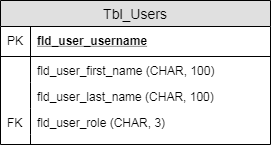
Earlier version of the draw.io export documentation/User Entity.png (Djsiclait/MiniMarketInventoryManagement). Source tidied: cells renumbered, new cells last; positions are measured from the earlier drawing's top-left corner, leaving out a move shared by most shapes. Source of this version:
```xml
<mxGraphModel>
  <root>
    <mxCell id="0" />
    <mxCell id="1" parent="0" />
    <mxCell id="2" value="Tbl_Users" style="swimlane;fontStyle=0;horizontal=1;startSize=26;fillColor=#e0e0e0;swimlaneFillColor=#ffffff;align=center;fontSize=14;" parent="1" vertex="1">
      <mxGeometry width="270" height="144" as="geometry" />
    </mxCell>
    <mxCell id="3" value="fld_user_username" style="shape=partialRectangle;top=0;left=0;right=0;bottom=1;align=left;verticalAlign=middle;fillColor=none;spacingLeft=34;spacingRight=4;overflow=hidden;points=[[0,0.5],[1,0.5]];portConstraint=eastwest;fontStyle=5;fontSize=12;" parent="2" vertex="1">
      <mxGeometry y="26" width="270" height="30" as="geometry" />
    </mxCell>
    <mxCell id="4" value="PK" style="shape=partialRectangle;top=0;left=0;bottom=0;fillColor=none;align=left;verticalAlign=middle;spacingLeft=4;spacingRight=4;overflow=hidden;fontSize=12;" parent="3" vertex="1">
      <mxGeometry width="30" height="30" as="geometry" />
    </mxCell>
    <mxCell id="5" value="fld_user_first_name (CHAR, 100)" style="shape=partialRectangle;top=0;left=0;right=0;bottom=0;align=left;verticalAlign=top;fillColor=none;spacingLeft=34;spacingRight=4;overflow=hidden;fontSize=12;" parent="2" vertex="1">
      <mxGeometry y="56" width="270" height="26" as="geometry" />
    </mxCell>
    <mxCell id="6" style="shape=partialRectangle;top=0;left=0;bottom=0;fillColor=none;align=left;verticalAlign=top;spacingLeft=4;spacingRight=4;overflow=hidden;fontSize=12;" parent="5" vertex="1">
      <mxGeometry width="30" height="26" as="geometry" />
    </mxCell>
    <mxCell id="7" value="fld_user_last_name (CHAR, 100)" style="shape=partialRectangle;top=0;left=0;right=0;bottom=0;align=left;verticalAlign=top;fillColor=none;spacingLeft=34;spacingRight=4;overflow=hidden;fontSize=12;" parent="2" vertex="1">
      <mxGeometry y="82" width="270" height="26" as="geometry" />
    </mxCell>
    <mxCell id="8" style="shape=partialRectangle;top=0;left=0;bottom=0;fillColor=none;align=left;verticalAlign=top;spacingLeft=4;spacingRight=4;overflow=hidden;fontSize=12;" parent="7" vertex="1">
      <mxGeometry width="30" height="26" as="geometry" />
    </mxCell>
    <mxCell id="9" value="fld_user_role (CHAR, 3)" style="shape=partialRectangle;top=0;left=0;right=0;bottom=0;align=left;verticalAlign=top;fillColor=none;spacingLeft=34;spacingRight=4;overflow=hidden;points=[[0,0.5],[1,0.5]];portConstraint=eastwest;fontSize=12;" parent="2" vertex="1">
      <mxGeometry y="108" width="270" height="26" as="geometry" />
    </mxCell>
    <mxCell id="10" value="FK" style="shape=partialRectangle;top=0;left=0;bottom=0;fillColor=none;align=left;verticalAlign=top;spacingLeft=4;spacingRight=4;overflow=hidden;fontSize=12;" parent="9" vertex="1">
      <mxGeometry width="30" height="26" as="geometry" />
    </mxCell>
    <mxCell id="11" style="shape=partialRectangle;top=0;left=0;right=0;bottom=0;align=left;verticalAlign=top;fillColor=none;spacingLeft=34;spacingRight=4;overflow=hidden;fontSize=12;" parent="2" vertex="1">
      <mxGeometry y="134" width="270" height="10" as="geometry" />
    </mxCell>
    <mxCell id="12" style="shape=partialRectangle;top=0;left=0;bottom=0;fillColor=none;align=left;verticalAlign=top;spacingLeft=4;spacingRight=4;overflow=hidden;fontSize=12;" parent="11" vertex="1">
      <mxGeometry width="30" height="10" as="geometry" />
    </mxCell>
  </root>
</mxGraphModel>
```
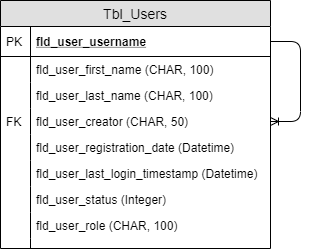
Later version of the same file.

Commit message:
Modify user entity to enclude creator, registration date, and last login timestamp

What changed in the source:
```diff
@@ -3,7 +3,7 @@
     <mxCell id="0" />
     <mxCell id="1" parent="0" />
     <mxCell id="2" value="Tbl_Users" style="swimlane;fontStyle=0;horizontal=1;startSize=26;fillColor=#e0e0e0;swimlaneFillColor=#ffffff;align=center;fontSize=14;" parent="1" vertex="1">
-      <mxGeometry width="270" height="144" as="geometry" />
+      <mxGeometry width="270" height="248" as="geometry" />
     </mxCell>
     <mxCell id="3" value="fld_user_username" style="shape=partialRectangle;top=0;left=0;right=0;bottom=1;align=left;verticalAlign=middle;fillColor=none;spacingLeft=34;spacingRight=4;overflow=hidden;points=[[0,0.5],[1,0.5]];portConstraint=eastwest;fontStyle=5;fontSize=12;" parent="2" vertex="1">
       <mxGeometry y="26" width="270" height="30" as="geometry" />
@@ -23,17 +23,44 @@
     <mxCell id="8" style="shape=partialRectangle;top=0;left=0;bottom=0;fillColor=none;align=left;verticalAlign=top;spacingLeft=4;spacingRight=4;overflow=hidden;fontSize=12;" parent="7" vertex="1">
       <mxGeometry width="30" height="26" as="geometry" />
     </mxCell>
-    <mxCell id="9" value="fld_user_role (CHAR, 3)" style="shape=partialRectangle;top=0;left=0;right=0;bottom=0;align=left;verticalAlign=top;fillColor=none;spacingLeft=34;spacingRight=4;overflow=hidden;points=[[0,0.5],[1,0.5]];portConstraint=eastwest;fontSize=12;" parent="2" vertex="1">
+    <mxCell id="9" value="fld_user_creator (CHAR, 50)" style="shape=partialRectangle;top=0;left=0;right=0;bottom=0;align=left;verticalAlign=top;fillColor=none;spacingLeft=34;spacingRight=4;overflow=hidden;points=[[0,0.5],[1,0.5]];portConstraint=eastwest;fontSize=12;" parent="2" vertex="1">
       <mxGeometry y="108" width="270" height="26" as="geometry" />
     </mxCell>
     <mxCell id="10" value="FK" style="shape=partialRectangle;top=0;left=0;bottom=0;fillColor=none;align=left;verticalAlign=top;spacingLeft=4;spacingRight=4;overflow=hidden;fontSize=12;" parent="9" vertex="1">
       <mxGeometry width="30" height="26" as="geometry" />
     </mxCell>
-    <mxCell id="11" style="shape=partialRectangle;top=0;left=0;right=0;bottom=0;align=left;verticalAlign=top;fillColor=none;spacingLeft=34;spacingRight=4;overflow=hidden;fontSize=12;" parent="2" vertex="1">
-      <mxGeometry y="134" width="270" height="10" as="geometry" />
+    <mxCell id="11" value="fld_user_registration_date (Datetime)" style="shape=partialRectangle;top=0;left=0;right=0;bottom=0;align=left;verticalAlign=top;fillColor=none;spacingLeft=34;spacingRight=4;overflow=hidden;fontSize=12;" parent="2" vertex="1">
+      <mxGeometry y="134" width="270" height="26" as="geometry" />
     </mxCell>
     <mxCell id="12" style="shape=partialRectangle;top=0;left=0;bottom=0;fillColor=none;align=left;verticalAlign=top;spacingLeft=4;spacingRight=4;overflow=hidden;fontSize=12;" parent="11" vertex="1">
-      <mxGeometry width="30" height="10" as="geometry" />
+      <mxGeometry width="30" height="26" as="geometry" />
     </mxCell>
+    <mxCell id="13" value="fld_user_last_login_timestamp (Datetime)" style="shape=partialRectangle;top=0;left=0;right=0;bottom=0;align=left;verticalAlign=top;fillColor=none;spacingLeft=34;spacingRight=4;overflow=hidden;fontSize=12;" parent="2" vertex="1">
+      <mxGeometry y="160" width="270" height="26" as="geometry" />
+    </mxCell>
+    <mxCell id="14" style="shape=partialRectangle;top=0;left=0;bottom=0;fillColor=none;align=left;verticalAlign=top;spacingLeft=4;spacingRight=4;overflow=hidden;fontSize=12;" parent="13" vertex="1">
+      <mxGeometry width="30" height="26" as="geometry" />
+    </mxCell>
+    <mxCell id="15" value="fld_user_status (Integer)" style="shape=partialRectangle;top=0;left=0;right=0;bottom=0;align=left;verticalAlign=top;fillColor=none;spacingLeft=34;spacingRight=4;overflow=hidden;fontSize=12;" parent="2" vertex="1">
+      <mxGeometry y="186" width="270" height="26" as="geometry" />
+    </mxCell>
+    <mxCell id="16" style="shape=partialRectangle;top=0;left=0;bottom=0;fillColor=none;align=left;verticalAlign=top;spacingLeft=4;spacingRight=4;overflow=hidden;fontSize=12;" parent="15" vertex="1">
+      <mxGeometry width="30" height="26" as="geometry" />
+    </mxCell>
+    <mxCell id="17" value="fld_user_role (CHAR, 100)" style="shape=partialRectangle;top=0;left=0;right=0;bottom=0;align=left;verticalAlign=top;fillColor=none;spacingLeft=34;spacingRight=4;overflow=hidden;fontSize=12;" parent="2" vertex="1">
+      <mxGeometry y="212" width="270" height="26" as="geometry" />
+    </mxCell>
+    <mxCell id="18" style="shape=partialRectangle;top=0;left=0;bottom=0;fillColor=none;align=left;verticalAlign=top;spacingLeft=4;spacingRight=4;overflow=hidden;fontSize=12;" parent="17" vertex="1">
+      <mxGeometry width="30" height="26" as="geometry" />
+    </mxCell>
+    <mxCell id="19" style="shape=partialRectangle;top=0;left=0;right=0;bottom=0;align=left;verticalAlign=top;fillColor=none;spacingLeft=34;spacingRight=4;overflow=hidden;fontSize=12;" parent="2" vertex="1">
+      <mxGeometry y="238" width="270" height="10" as="geometry" />
+    </mxCell>
+    <mxCell id="20" style="shape=partialRectangle;top=0;left=0;bottom=0;fillColor=none;align=left;verticalAlign=top;spacingLeft=4;spacingRight=4;overflow=hidden;fontSize=12;" parent="19" vertex="1">
+      <mxGeometry width="30" height="10" as="geometry" />
+    </mxCell>
+    <mxCell id="21" style="edgeStyle=entityRelationEdgeStyle;fontSize=12;html=1;endArrow=ERoneToMany;" parent="2" edge="1" source="3" target="9">
+      <mxGeometry relative="1" as="geometry" />
+    </mxCell>
   </root>
 </mxGraphModel>
```
